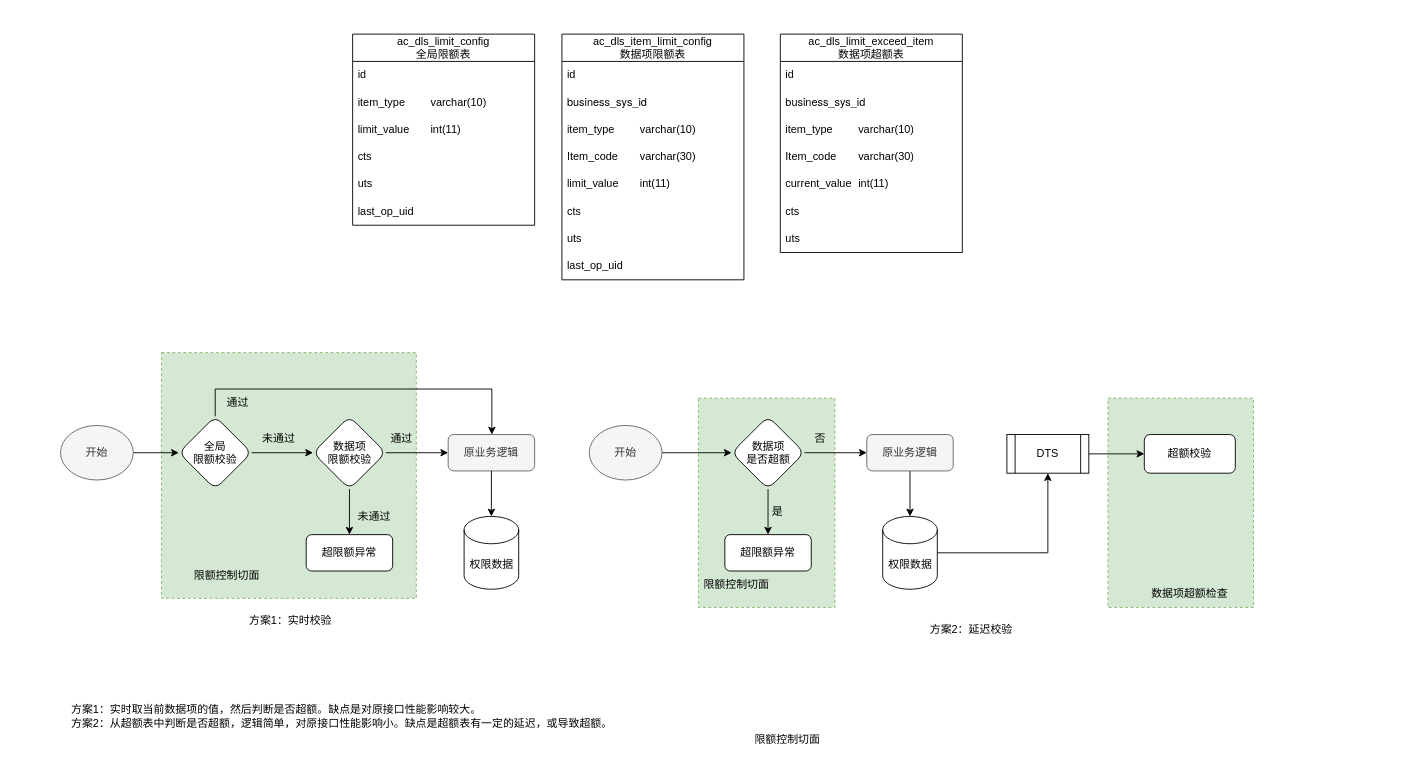
This is 限额模块.drawio from yamilinqh/spicedb, a draw.io file, before an edit. Source tidied: cells renumbered, new cells numbered last; positions are measured from the earlier drawing's top-left corner, leaving out a move shared by most shapes. Both pictures are drawn from the tidied source at 91%, with x=0, y=0 at pixel (60, 34).
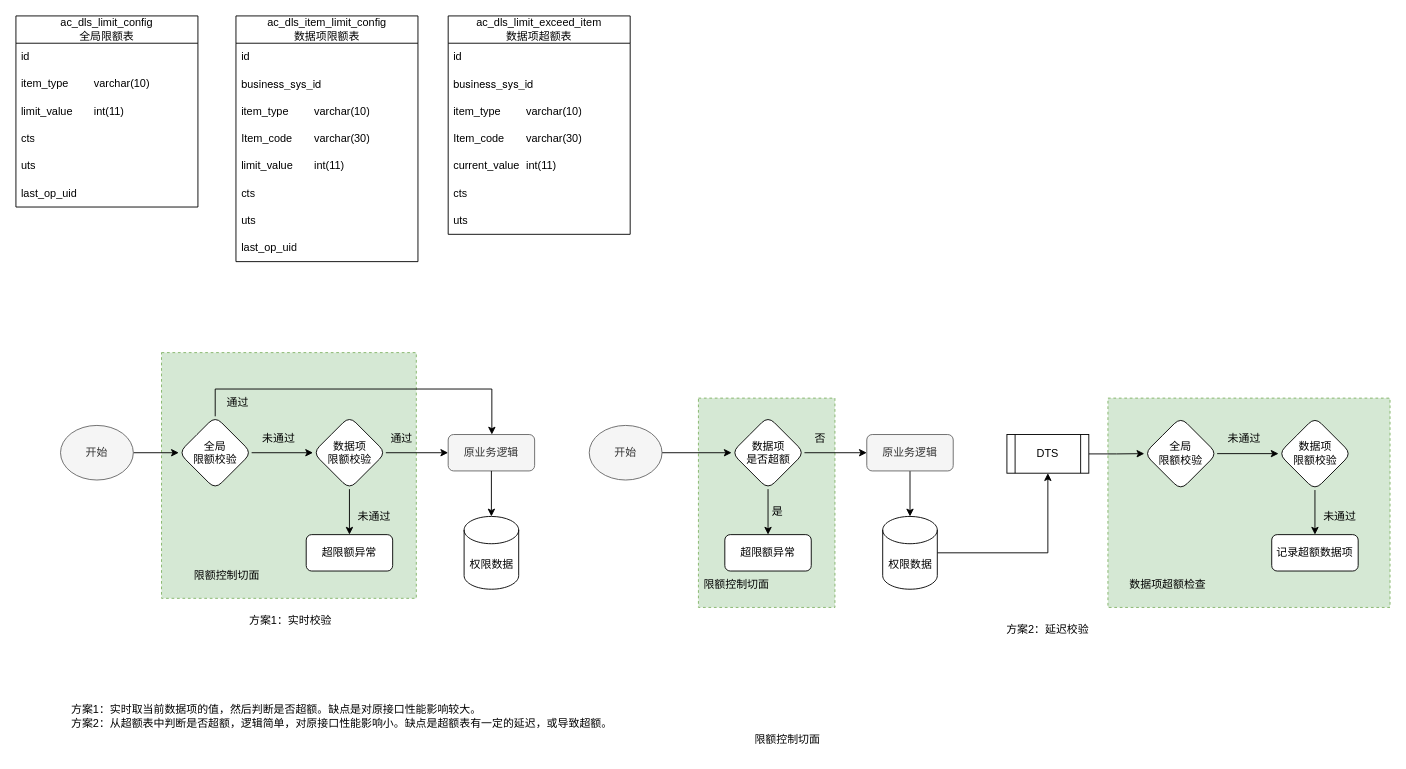
The same page after the edit.

Unchanged cells that the change refers to:
```xml
<mxCell id="61" value="DTS" style="shape=process;whiteSpace=wrap;html=1;backgroundOutline=1;" parent="1" vertex="1">
  <mxGeometry x="1040" y="440" width="90" height="42.5" as="geometry" />
</mxCell>
```

Diff of the diagram source:
```diff
@@
     <mxCell id="2" style="rounded=0;whiteSpace=wrap;html=1;dashed=1;fillColor=#d5e8d4;strokeColor=#82b366;" parent="1" vertex="1">
-      <mxGeometry x="1151" y="400" width="160" height="230" as="geometry" />
+      <mxGeometry x="1151" y="400" width="310" height="230" as="geometry" />
     </mxCell>
@@
     <mxCell id="4" value="ac_dls_item_limit_config&lt;br&gt;数据项限额表" style="swimlane;fontStyle=0;horizontal=1;startSize=30;whiteSpace=wrap;html=1;" parent="1" vertex="1">
-      <mxGeometry x="551" width="200" height="270" as="geometry" />
+      <mxGeometry x="192.8" y="-20" width="200" height="270" as="geometry" />
     </mxCell>
@@
     <mxCell id="13" value="ac_dls_limit_config&lt;br&gt;全局限额表" style="swimlane;fontStyle=0;horizontal=1;startSize=30;whiteSpace=wrap;html=1;" parent="1" vertex="1">
-      <mxGeometry x="321" width="200" height="210" as="geometry" />
+      <mxGeometry x="-49" y="-20" width="200" height="210" as="geometry" />
     </mxCell>
@@
     <mxCell id="35" value="ac_dls_limit_exceed_item&lt;br&gt;数据项超额表" style="swimlane;fontStyle=0;horizontal=1;startSize=30;whiteSpace=wrap;html=1;" parent="1" vertex="1">
-      <mxGeometry x="791" width="200" height="240" as="geometry" />
+      <mxGeometry x="426" y="-20" width="200" height="240" as="geometry" />
     </mxCell>
@@
     <mxCell id="56" value="方案2：延迟校验" style="text;html=1;align=center;verticalAlign=middle;whiteSpace=wrap;rounded=0;" parent="1" vertex="1">
-      <mxGeometry x="941" y="640" width="120" height="30" as="geometry" />
+      <mxGeometry x="1025" y="640" width="120" height="30" as="geometry" />
     </mxCell>
@@
-    <mxCell id="60" style="edgeStyle=orthogonalEdgeStyle;rounded=0;jettySize=auto;html=1;" parent="1" edge="1" source="61" target="62">
-      <mxGeometry relative="1" as="geometry" />
-    </mxCell>
+    <mxCell id="67" style="edgeStyle=orthogonalEdgeStyle;rounded=0;jettySize=auto;html=1;" parent="1" edge="1" source="61" target="69">
+      <mxGeometry relative="1" as="geometry" />
+    </mxCell>
@@
-    <mxCell id="62" value="超额校验" style="whiteSpace=wrap;html=1;rounded=1;" parent="1" vertex="1">
-      <mxGeometry x="1191" y="440" width="100" height="42.5" as="geometry" />
-    </mxCell>
@@
     <mxCell id="64" value="数据项超额检查" style="text;html=1;align=center;verticalAlign=middle;whiteSpace=wrap;rounded=0;" parent="1" vertex="1">
-      <mxGeometry x="1196" y="600" width="90" height="30" as="geometry" />
+      <mxGeometry x="1172" y="590" width="90" height="30" as="geometry" />
     </mxCell>
@@
+    <mxCell id="68" style="edgeStyle=orthogonalEdgeStyle;rounded=0;jettySize=auto;html=1;" parent="1" edge="1" source="69" target="71">
+      <mxGeometry relative="1" as="geometry" />
+    </mxCell>
+    <mxCell id="69" value="全局&lt;br&gt;限额校验" style="rhombus;whiteSpace=wrap;html=1;rounded=1;" parent="1" vertex="1">
+      <mxGeometry x="1191" y="421" width="80" height="80" as="geometry" />
+    </mxCell>
+    <mxCell id="70" style="edgeStyle=orthogonalEdgeStyle;rounded=0;jettySize=auto;html=1;" parent="1" edge="1" source="71" target="72">
+      <mxGeometry relative="1" as="geometry" />
+    </mxCell>
+    <mxCell id="71" value="数据项&lt;br&gt;限额校验" style="rhombus;whiteSpace=wrap;html=1;rounded=1;" parent="1" vertex="1">
+      <mxGeometry x="1338.5" y="421" width="80" height="80" as="geometry" />
+    </mxCell>
+    <mxCell id="72" value="记录超额数据项" style="whiteSpace=wrap;html=1;rounded=1;" parent="1" vertex="1">
+      <mxGeometry x="1331" y="550" width="95" height="40" as="geometry" />
+    </mxCell>
+    <mxCell id="73" value="未通过" style="text;html=1;align=center;verticalAlign=middle;whiteSpace=wrap;rounded=0;" parent="1" vertex="1">
+      <mxGeometry x="1376" y="515" width="60" height="30" as="geometry" />
+    </mxCell>
+    <mxCell id="74" value="未通过" style="text;html=1;align=center;verticalAlign=middle;whiteSpace=wrap;rounded=0;" parent="1" vertex="1">
+      <mxGeometry x="1271" y="430" width="60" height="30" as="geometry" />
+    </mxCell>
```
